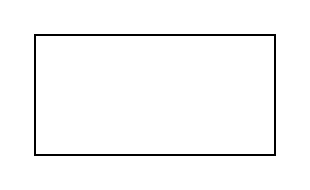
Above: 未命名绘图.drawio in Vexoben/Mx-Compiler-for-Course (draw.io), before the change. Source tidied: cells renumbered, new cells numbered last; positions are measured from the earlier drawing's top-left corner, leaving out a move shared by most shapes. Both pictures are drawn from the tidied source at 200%, with x=0, y=0 at pixel (34, 34).
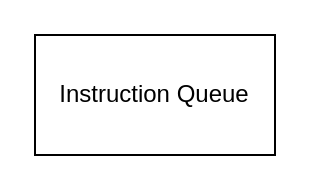
Above is the later version.

Commit message:
更新未命名绘图.drawio

Diff of the diagram source:
```diff
@@
 <mxGraphModel>
   <root>
     <mxCell id="0" />
     <mxCell id="1" parent="0" />
-    <mxCell id="2" style="rounded=0;whiteSpace=wrap;html=1;" parent="1" vertex="1">
+    <mxCell id="2" value="Instruction Queue" style="rounded=0;whiteSpace=wrap;html=1;" parent="1" vertex="1">
       <mxGeometry width="120" height="60" as="geometry" />
     </mxCell>
   </root>
 </mxGraphModel>
```
